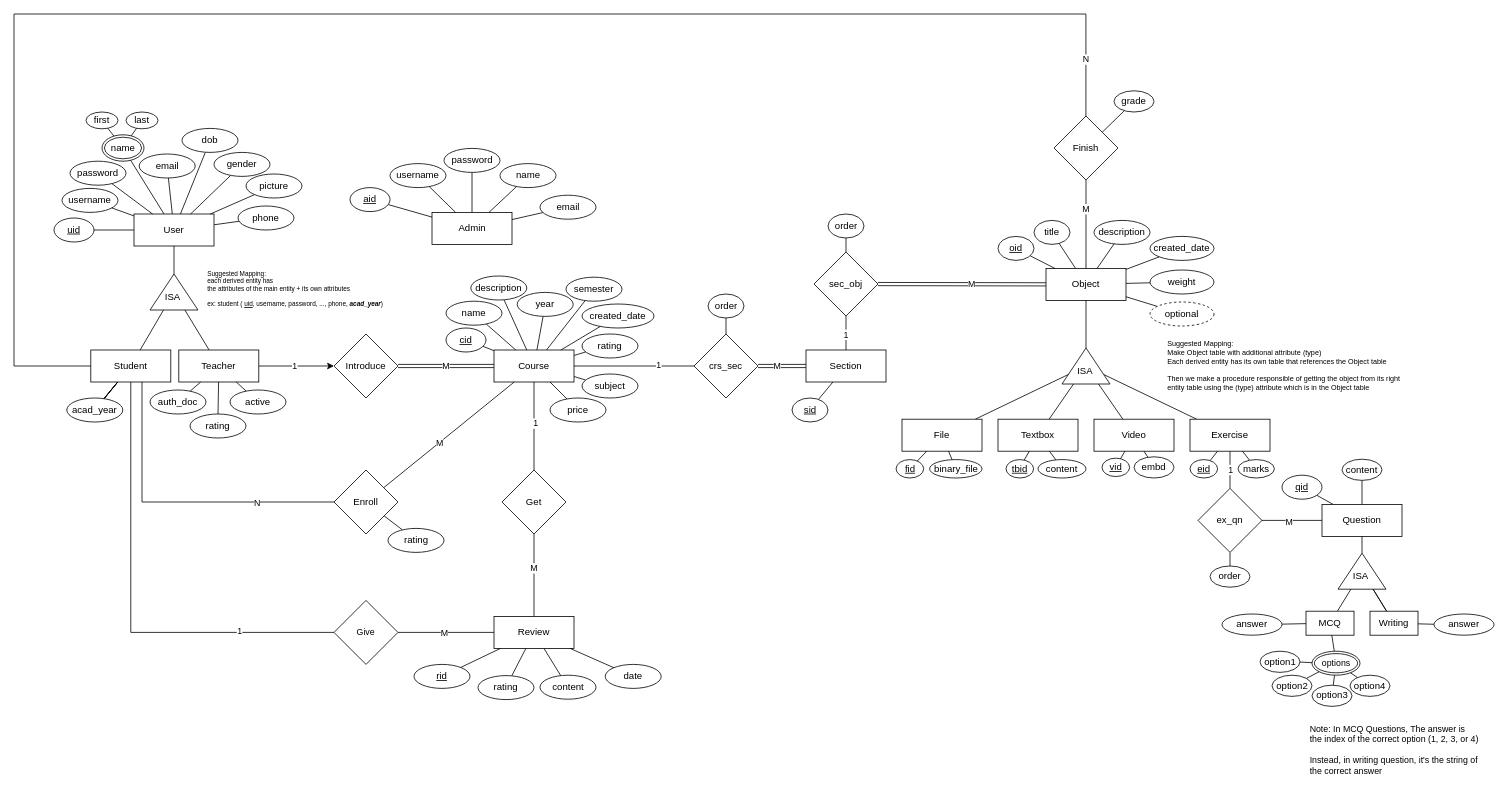
Above: page "ERD" (1 of 2) of Design/Database Diagrams.drawio in ahmedamrelhefnawy/Neon-Academy (draw.io), before the change. Source tidied: cells renumbered, new cells numbered last; positions are measured from the earlier drawing's top-left corner, leaving out a move shared by most shapes. Both pictures are drawn from the tidied source at 80%, with x=0, y=0 at pixel (14, 14).
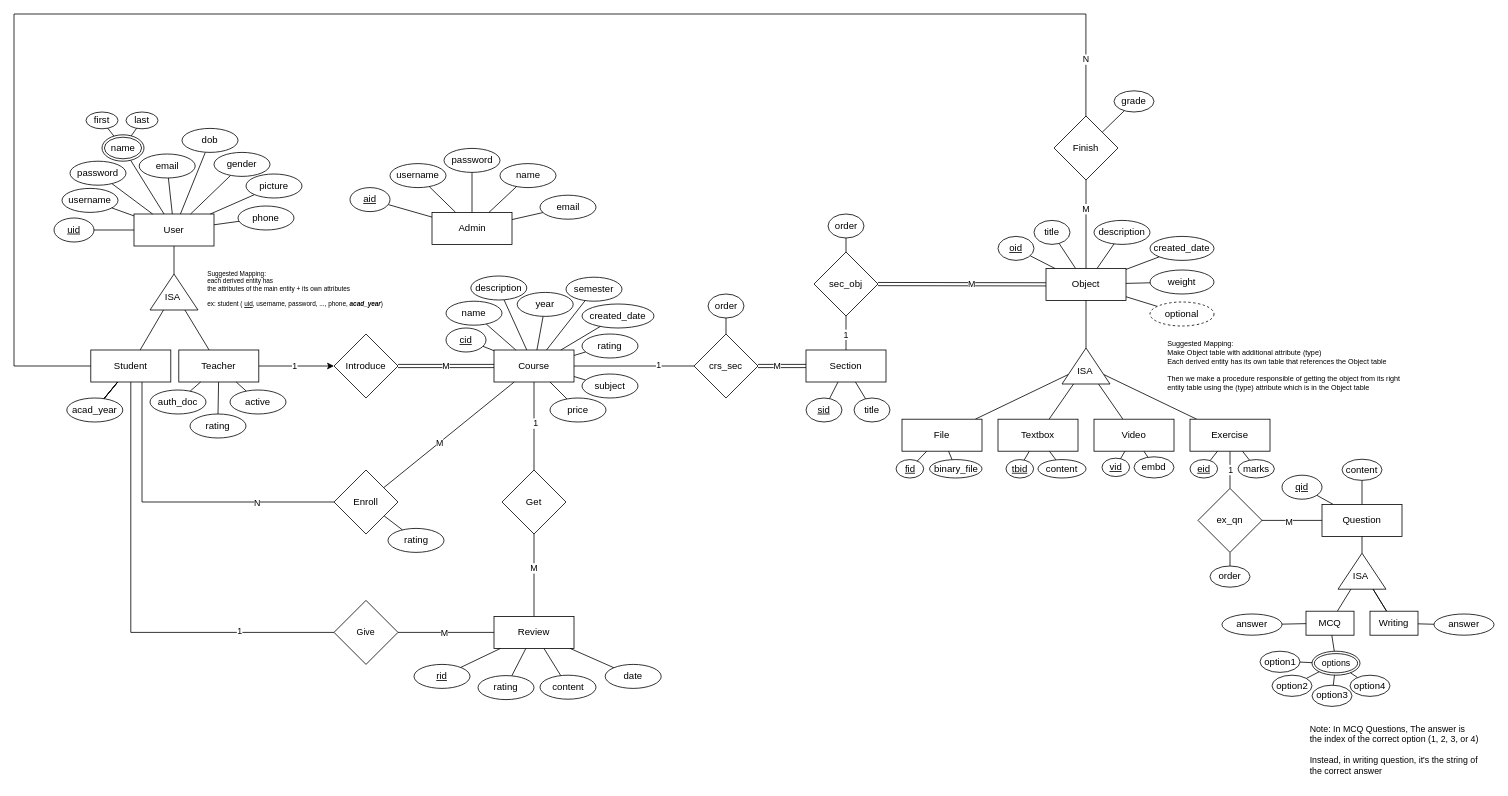
After the change.

Commit message (it also covers changes not shown here):
Edit: Added title to the section entity

Unchanged cells that the change refers to:
```xml
<mxCell id="34" value="Section" style="whiteSpace=wrap;html=1;align=center;" parent="1" vertex="1">
  <mxGeometry x="990" y="420" width="100" height="40" as="geometry" />
</mxCell>
```

The edit, as a diff of the source:
```diff
@@
     <mxCell id="195" value="&lt;u&gt;sid&lt;/u&gt;" style="ellipse;whiteSpace=wrap;html=1;" parent="1" vertex="1">
-      <mxGeometry x="972.5" y="480" width="45" height="30" as="geometry" />
+      <mxGeometry x="990" y="480" width="45" height="30" as="geometry" />
     </mxCell>
@@
+    <mxCell id="201" style="rounded=0;jettySize=auto;html=1;endArrow=none;endFill=0;" parent="1" edge="1" source="202" target="34">
+      <mxGeometry relative="1" as="geometry" />
+    </mxCell>
+    <mxCell id="202" value="title" style="ellipse;whiteSpace=wrap;html=1;" parent="1" vertex="1">
+      <mxGeometry x="1050" y="480" width="45" height="30" as="geometry" />
+    </mxCell>
```
